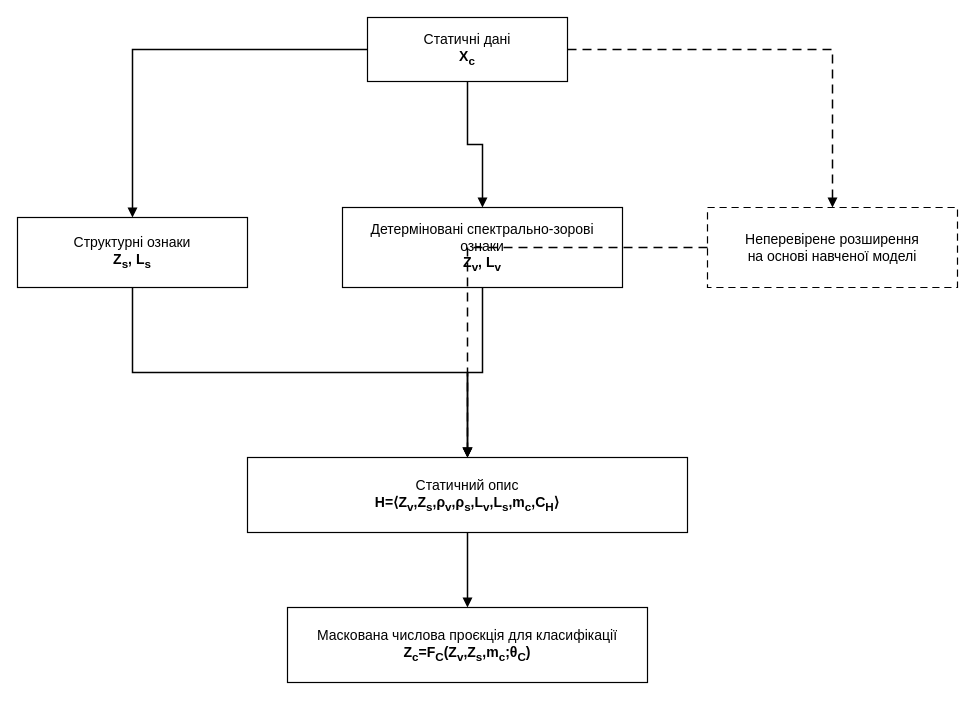
Earlier version of the draw.io diagram title/figures_drawio/fig_3_2_spectral_visual_structural_method.drawio (oleksandrmelnychenko/dima-phd). Source tidied: cells renumbered, new cells numbered last; positions are measured from the earlier drawing's top-left corner, leaving out a move shared by most shapes. Both pictures are drawn from the tidied source at 100%, with x=0, y=0 at pixel (17, 17).
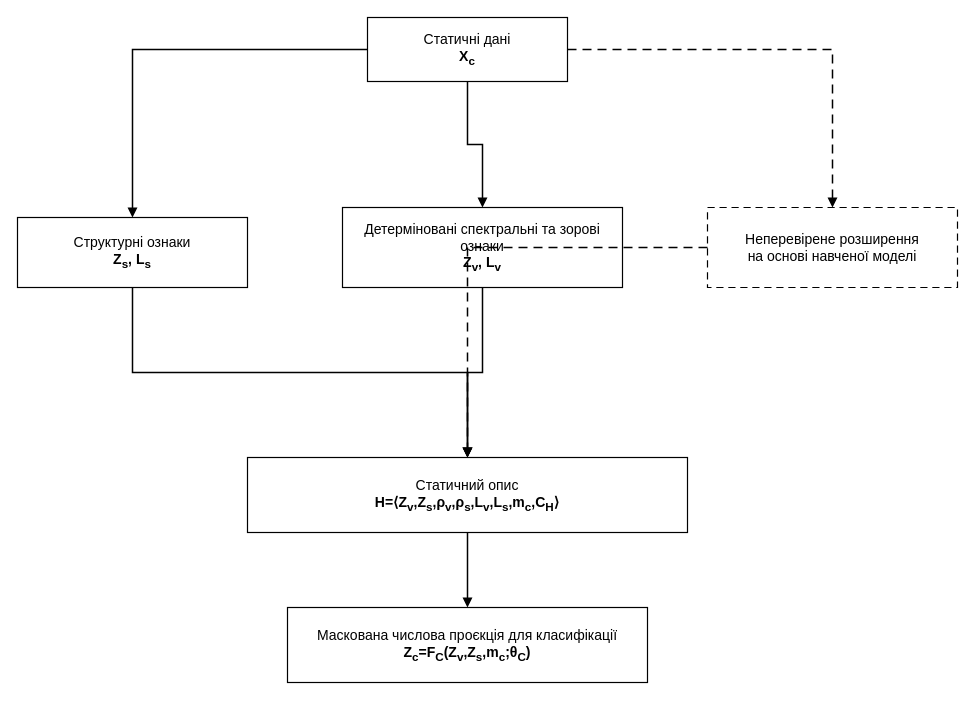
Above is the later version.

What changed in the source:
```diff
@@
 <mxGraphModel>
   <root>
     <mxCell id="0" />
     <mxCell id="1" parent="0" />
     <mxCell id="2" value="Статичні дані&lt;br&gt;&lt;b&gt;X&lt;sub&gt;c&lt;/sub&gt;&lt;/b&gt;" style="rounded=0;whiteSpace=wrap;html=1;fillColor=#ffffff;strokeColor=#000000;strokeWidth=1.2;fontColor=#000000;fontSize=14;align=center;verticalAlign=middle;spacing=8;" parent="1" vertex="1">
       <mxGeometry x="350" width="200" height="64" as="geometry" />
     </mxCell>
     <mxCell id="3" value="Структурні ознаки&lt;br&gt;&lt;b&gt;Z&lt;sub&gt;s&lt;/sub&gt;, L&lt;sub&gt;s&lt;/sub&gt;&lt;/b&gt;" style="rounded=0;whiteSpace=wrap;html=1;fillColor=#ffffff;strokeColor=#000000;strokeWidth=1.2;fontColor=#000000;fontSize=14;align=center;verticalAlign=middle;spacing=8;" parent="1" vertex="1">
       <mxGeometry y="200" width="230" height="70" as="geometry" />
     </mxCell>
-    <mxCell id="4" value="Детерміновані спектрально-зорові ознаки&lt;br&gt;&lt;b&gt;Z&lt;sub&gt;v&lt;/sub&gt;, L&lt;sub&gt;v&lt;/sub&gt;&lt;/b&gt;" style="rounded=0;whiteSpace=wrap;html=1;fillColor=#ffffff;strokeColor=#000000;strokeWidth=1.2;fontColor=#000000;fontSize=14;align=center;verticalAlign=middle;spacing=8;" parent="1" vertex="1">
+    <mxCell id="4" value="Детерміновані спектральні та зорові ознаки&lt;br&gt;&lt;b&gt;Z&lt;sub&gt;v&lt;/sub&gt;, L&lt;sub&gt;v&lt;/sub&gt;&lt;/b&gt;" style="rounded=0;whiteSpace=wrap;html=1;fillColor=#ffffff;strokeColor=#000000;strokeWidth=1.2;fontColor=#000000;fontSize=14;align=center;verticalAlign=middle;spacing=8;" parent="1" vertex="1">
       <mxGeometry x="325" y="190" width="280" height="80" as="geometry" />
     </mxCell>
     <mxCell id="5" value="Неперевірене розширення&lt;br&gt;на основі навченої моделі" style="rounded=0;whiteSpace=wrap;html=1;fillColor=#ffffff;strokeColor=#000000;strokeWidth=1.2;fontColor=#000000;fontSize=14;align=center;verticalAlign=middle;spacing=8;dashed=1;dashPattern=6 4;" parent="1" vertex="1">
       <mxGeometry x="690" y="190" width="250" height="80" as="geometry" />
     </mxCell>
     <mxCell id="6" value="Статичний опис&lt;br&gt;&lt;b&gt;H=⟨Z&lt;sub&gt;v&lt;/sub&gt;,Z&lt;sub&gt;s&lt;/sub&gt;,ρ&lt;sub&gt;v&lt;/sub&gt;,ρ&lt;sub&gt;s&lt;/sub&gt;,L&lt;sub&gt;v&lt;/sub&gt;,L&lt;sub&gt;s&lt;/sub&gt;,m&lt;sub&gt;c&lt;/sub&gt;,C&lt;sub&gt;H&lt;/sub&gt;⟩&lt;/b&gt;" style="rounded=0;whiteSpace=wrap;html=1;fillColor=#ffffff;strokeColor=#000000;strokeWidth=1.2;fontColor=#000000;fontSize=14;align=center;verticalAlign=middle;spacing=8;" parent="1" vertex="1">
       <mxGeometry x="230" y="440" width="440" height="75" as="geometry" />
     </mxCell>
     <mxCell id="7" value="Маскована числова проєкція для класифікації&lt;br&gt;&lt;b&gt;Z&lt;sub&gt;c&lt;/sub&gt;=F&lt;sub&gt;C&lt;/sub&gt;(Z&lt;sub&gt;v&lt;/sub&gt;,Z&lt;sub&gt;s&lt;/sub&gt;,m&lt;sub&gt;c&lt;/sub&gt;;θ&lt;sub&gt;C&lt;/sub&gt;)&lt;/b&gt;" style="rounded=0;whiteSpace=wrap;html=1;fillColor=#ffffff;strokeColor=#000000;strokeWidth=1.2;fontColor=#000000;fontSize=14;align=center;verticalAlign=middle;spacing=8;" parent="1" vertex="1">
       <mxGeometry x="270" y="590" width="360" height="75" as="geometry" />
     </mxCell>
     <mxCell id="8" style="edgeStyle=orthogonalEdgeStyle;rounded=0;jettySize=auto;html=1;endArrow=block;endFill=1;strokeColor=#000000;strokeWidth=1.5;" parent="1" edge="1" source="2" target="3">
       <mxGeometry relative="1" as="geometry" />
     </mxCell>
     <mxCell id="9" style="edgeStyle=orthogonalEdgeStyle;rounded=0;jettySize=auto;html=1;endArrow=block;endFill=1;strokeColor=#000000;strokeWidth=1.5;" parent="1" edge="1" source="2" target="4">
       <mxGeometry relative="1" as="geometry" />
     </mxCell>
     <mxCell id="10" style="edgeStyle=orthogonalEdgeStyle;rounded=0;jettySize=auto;html=1;endArrow=block;endFill=1;strokeColor=#000000;strokeWidth=1.5;dashed=1;dashPattern=6 4;" parent="1" edge="1" source="2" target="5">
       <mxGeometry relative="1" as="geometry" />
     </mxCell>
     <mxCell id="11" style="edgeStyle=orthogonalEdgeStyle;rounded=0;jettySize=auto;html=1;endArrow=block;endFill=1;strokeColor=#000000;strokeWidth=1.5;" parent="1" edge="1" source="3" target="6">
       <mxGeometry relative="1" as="geometry" />
     </mxCell>
     <mxCell id="12" style="edgeStyle=orthogonalEdgeStyle;rounded=0;jettySize=auto;html=1;endArrow=block;endFill=1;strokeColor=#000000;strokeWidth=1.5;" parent="1" edge="1" source="4" target="6">
       <mxGeometry relative="1" as="geometry" />
     </mxCell>
     <mxCell id="13" style="edgeStyle=orthogonalEdgeStyle;rounded=0;jettySize=auto;html=1;endArrow=block;endFill=1;strokeColor=#000000;strokeWidth=1.5;dashed=1;dashPattern=6 4;" parent="1" edge="1" source="5" target="6">
       <mxGeometry relative="1" as="geometry" />
     </mxCell>
     <mxCell id="14" style="edgeStyle=orthogonalEdgeStyle;rounded=0;jettySize=auto;html=1;endArrow=block;endFill=1;strokeColor=#000000;strokeWidth=1.5;" parent="1" edge="1" source="6" target="7">
       <mxGeometry relative="1" as="geometry" />
     </mxCell>
   </root>
 </mxGraphModel>
```
